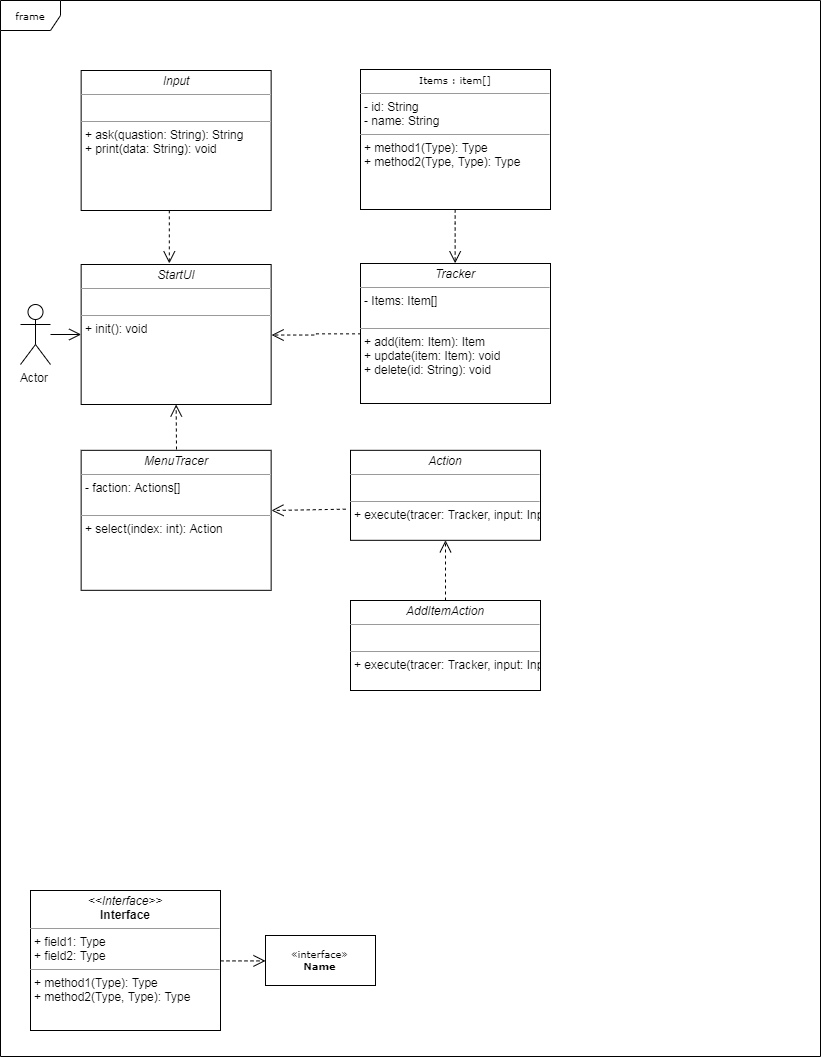
Above: images/Test1/Test1.PNG in maximazarkov/Tests (draw.io), before the change. Source tidied: cells renumbered, new cells last; positions are measured from the earlier drawing's top-left corner, leaving out a move shared by most shapes.
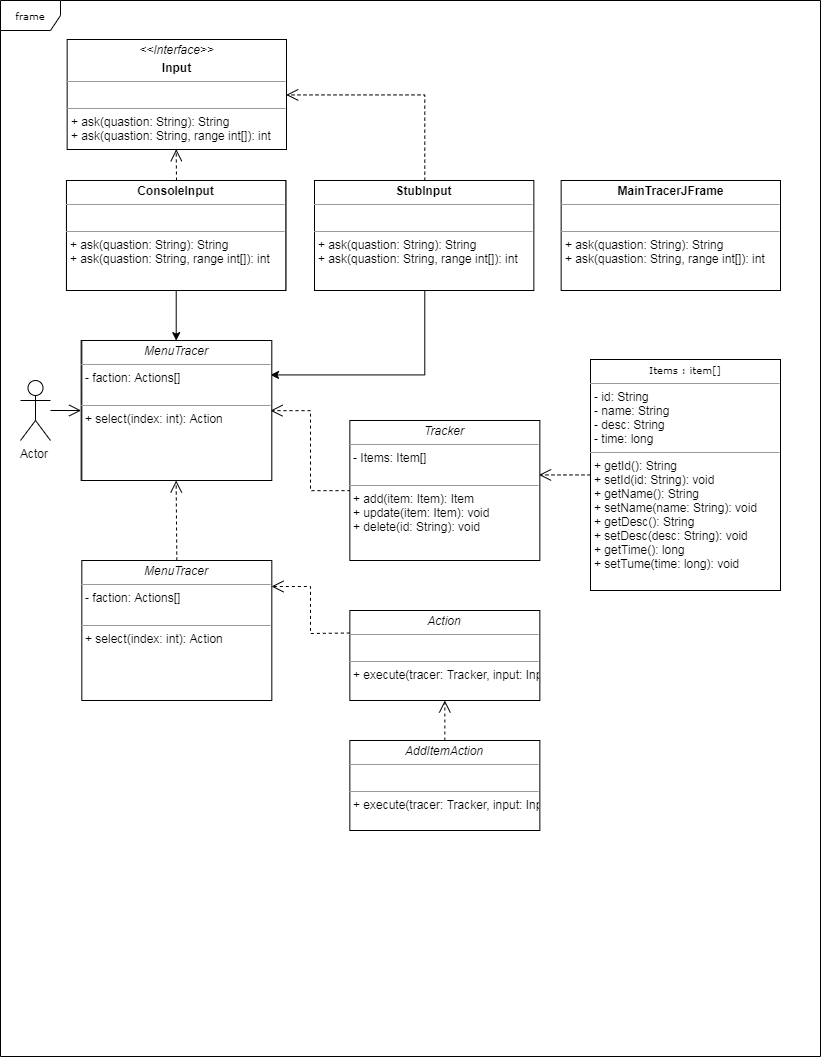
The same file after the commit.

The edit, as a diff of the source:
```diff
@@ -5,71 +5,86 @@
     <mxCell id="2" value="frame" style="shape=umlFrame;whiteSpace=wrap;html=1;rounded=0;shadow=0;comic=0;labelBackgroundColor=none;strokeWidth=1;fontFamily=Verdana;fontSize=10;align=center;" parent="1" vertex="1">
       <mxGeometry width="820" height="1056" as="geometry" />
     </mxCell>
+    <mxCell id="21" style="edgeStyle=orthogonalEdgeStyle;rounded=0;jettySize=auto;html=1;entryX=1;entryY=0.25;entryDx=0;entryDy=0;exitX=0.5;exitY=1;exitDx=0;exitDy=0;" parent="1" edge="1" source="25" target="3">
+      <mxGeometry relative="1" as="geometry" />
+    </mxCell>
     <mxCell id="3" value="&lt;p style=&quot;margin: 0px ; margin-top: 4px ; text-align: center&quot;&gt;&lt;i&gt;StartUI&lt;/i&gt;&lt;/p&gt;&lt;hr size=&quot;1&quot;&gt;&lt;p style=&quot;margin: 0px ; margin-left: 4px&quot;&gt;&lt;br&gt;&lt;/p&gt;&lt;hr size=&quot;1&quot;&gt;&lt;p style=&quot;margin: 0px ; margin-left: 4px&quot;&gt;+ init(): void&lt;br&gt;&lt;br&gt;&lt;/p&gt;" style="verticalAlign=top;align=left;overflow=fill;fontSize=12;fontFamily=Helvetica;html=1;rounded=0;shadow=0;comic=0;labelBackgroundColor=none;strokeWidth=1;" parent="1" vertex="1">
-      <mxGeometry x="80.7" y="264" width="190" height="140" as="geometry" />
+      <mxGeometry x="80.7" y="340" width="190" height="140" as="geometry" />
     </mxCell>
     <mxCell id="4" value="&lt;p style=&quot;margin: 0px ; margin-top: 4px ; text-align: center&quot;&gt;&lt;i&gt;Action&lt;/i&gt;&lt;/p&gt;&lt;hr size=&quot;1&quot;&gt;&lt;p style=&quot;margin: 0px ; margin-left: 4px&quot;&gt;&lt;br&gt;&lt;/p&gt;&lt;hr size=&quot;1&quot;&gt;&lt;p style=&quot;margin: 0px ; margin-left: 4px&quot;&gt;+ execute(tracer: Tracker, input: Input): void&lt;br&gt;&lt;br&gt;&lt;/p&gt;" style="verticalAlign=top;align=left;overflow=fill;fontSize=12;fontFamily=Helvetica;html=1;rounded=0;shadow=0;comic=0;labelBackgroundColor=none;strokeWidth=1;" parent="1" vertex="1">
-      <mxGeometry x="350" y="449.8" width="190" height="90" as="geometry" />
+      <mxGeometry x="349.4" y="610" width="190" height="90" as="geometry" />
     </mxCell>
     <mxCell id="5" value="&lt;p style=&quot;margin: 0px ; margin-top: 4px ; text-align: center&quot;&gt;&lt;i&gt;MenuTracer&lt;/i&gt;&lt;/p&gt;&lt;hr size=&quot;1&quot;&gt;&lt;p style=&quot;margin: 0px ; margin-left: 4px&quot;&gt;- faction: Actions[]&lt;br&gt;&lt;br&gt;&lt;/p&gt;&lt;hr size=&quot;1&quot;&gt;&lt;p style=&quot;margin: 0px ; margin-left: 4px&quot;&gt;+ select(index: int): Action&lt;br&gt;&lt;br&gt;&lt;/p&gt;" style="verticalAlign=top;align=left;overflow=fill;fontSize=12;fontFamily=Helvetica;html=1;rounded=0;shadow=0;comic=0;labelBackgroundColor=none;strokeWidth=1;" parent="1" vertex="1">
-      <mxGeometry x="80.6" y="449.8" width="190" height="140" as="geometry" />
+      <mxGeometry x="81.3" y="560" width="190" height="140" as="geometry" />
     </mxCell>
+    <mxCell id="22" value="&lt;p style=&quot;margin: 0px ; margin-top: 4px ; text-align: center&quot;&gt;&lt;i&gt;MenuTracer&lt;/i&gt;&lt;/p&gt;&lt;hr size=&quot;1&quot;&gt;&lt;p style=&quot;margin: 0px ; margin-left: 4px&quot;&gt;- faction: Actions[]&lt;br&gt;&lt;br&gt;&lt;/p&gt;&lt;hr size=&quot;1&quot;&gt;&lt;p style=&quot;margin: 0px ; margin-left: 4px&quot;&gt;+ select(index: int): Action&lt;br&gt;&lt;br&gt;&lt;/p&gt;" style="verticalAlign=top;align=left;overflow=fill;fontSize=12;fontFamily=Helvetica;html=1;rounded=0;shadow=0;comic=0;labelBackgroundColor=none;strokeWidth=1;" parent="1" vertex="1">
+      <mxGeometry x="81.3" y="340" width="190" height="140" as="geometry" />
+    </mxCell>
-    <mxCell id="6" style="edgeStyle=orthogonalEdgeStyle;rounded=0;html=1;dashed=1;labelBackgroundColor=none;startFill=0;endArrow=open;endFill=0;endSize=10;fontFamily=Verdana;fontSize=10;entryX=0.5;entryY=0;entryDx=0;entryDy=0;" parent="1" edge="1" source="7" target="9">
-      <mxGeometry relative="1" as="geometry">
-        <Array as="points">
-          <mxPoint x="455" y="223" />
-          <mxPoint x="455" y="223" />
-        </Array>
-      </mxGeometry>
+    <mxCell id="6" style="edgeStyle=orthogonalEdgeStyle;rounded=0;html=1;dashed=1;labelBackgroundColor=none;startFill=0;endArrow=open;endFill=0;endSize=10;fontFamily=Verdana;fontSize=10;entryX=0.996;entryY=0.389;entryDx=0;entryDy=0;entryPerimeter=0;" parent="1" edge="1" source="7" target="9">
+      <mxGeometry relative="1" as="geometry" />
     </mxCell>
-    <mxCell id="7" value="&lt;p style=&quot;margin: 0px ; margin-top: 4px ; text-align: center&quot;&gt;&lt;span style=&quot;font-family: &amp;#34;verdana&amp;#34; ; font-size: 10px&quot;&gt;Items : item[]&lt;/span&gt;&lt;br&gt;&lt;/p&gt;&lt;hr size=&quot;1&quot;&gt;&lt;p style=&quot;margin: 0px ; margin-left: 4px&quot;&gt;&lt;span style=&quot;white-space: normal&quot;&gt;- id: String&lt;/span&gt;&lt;br&gt;- name: String&lt;/p&gt;&lt;hr size=&quot;1&quot;&gt;&lt;p style=&quot;margin: 0px ; margin-left: 4px&quot;&gt;+ method1(Type): Type&lt;br&gt;+ method2(Type, Type): Type&lt;/p&gt;" style="verticalAlign=top;align=left;overflow=fill;fontSize=12;fontFamily=Helvetica;html=1;rounded=0;shadow=0;comic=0;labelBackgroundColor=none;strokeWidth=1;" parent="1" vertex="1">
-      <mxGeometry x="360" y="69" width="190" height="140" as="geometry" />
+    <mxCell id="7" value="&lt;p style=&quot;margin: 0px ; margin-top: 4px ; text-align: center&quot;&gt;&lt;span style=&quot;font-family: &amp;#34;verdana&amp;#34; ; font-size: 10px&quot;&gt;Items : item[]&lt;/span&gt;&lt;br&gt;&lt;/p&gt;&lt;hr size=&quot;1&quot;&gt;&lt;p style=&quot;margin: 0px ; margin-left: 4px&quot;&gt;&lt;span style=&quot;white-space: normal&quot;&gt;- id: String&lt;/span&gt;&lt;br&gt;- name: String&lt;/p&gt;&lt;p style=&quot;margin: 0px ; margin-left: 4px&quot;&gt;- desc: String&lt;/p&gt;&lt;p style=&quot;margin: 0px ; margin-left: 4px&quot;&gt;- time: long&lt;/p&gt;&lt;hr size=&quot;1&quot;&gt;&lt;p style=&quot;margin: 0px ; margin-left: 4px&quot;&gt;+ getId(): String&lt;br&gt;+ setId(id: String): void&lt;/p&gt;&lt;p style=&quot;margin: 0px 0px 0px 4px&quot;&gt;+ getName(): String&lt;br&gt;+ setName(name: String): void&lt;/p&gt;&lt;p style=&quot;margin: 0px 0px 0px 4px&quot;&gt;+ getDesc(): String&lt;br&gt;+ setDesc(desc: String): void&lt;/p&gt;&lt;p style=&quot;margin: 0px 0px 0px 4px&quot;&gt;+ getTime(): long&lt;br&gt;+ setTume(time: long): void&lt;/p&gt;&lt;p style=&quot;margin: 0px 0px 0px 4px&quot;&gt;&lt;br&gt;&lt;/p&gt;" style="verticalAlign=top;align=left;overflow=fill;fontSize=12;fontFamily=Helvetica;html=1;rounded=0;shadow=0;comic=0;labelBackgroundColor=none;strokeWidth=1;" parent="1" vertex="1">
+      <mxGeometry x="590" y="359" width="190" height="231" as="geometry" />
     </mxCell>
     <mxCell id="8" style="edgeStyle=orthogonalEdgeStyle;rounded=0;jettySize=auto;html=1;exitX=0;exitY=0.5;exitDx=0;exitDy=0;entryX=1;entryY=0.5;entryDx=0;entryDy=0;dashed=1;endArrow=open;endFill=0;endSize=10;" parent="1" edge="1" source="9" target="3">
       <mxGeometry relative="1" as="geometry" />
     </mxCell>
     <mxCell id="9" value="&lt;p style=&quot;margin: 0px ; margin-top: 4px ; text-align: center&quot;&gt;&lt;i&gt;Tracker&lt;/i&gt;&lt;/p&gt;&lt;hr size=&quot;1&quot;&gt;&lt;p style=&quot;margin: 0px ; margin-left: 4px&quot;&gt;- Items: Item[]&lt;br&gt;&lt;br&gt;&lt;/p&gt;&lt;hr size=&quot;1&quot;&gt;&lt;p style=&quot;margin: 0px ; margin-left: 4px&quot;&gt;+ add(item: Item): Item&lt;br&gt;+ update(item: Item): void&lt;/p&gt;&lt;p style=&quot;margin: 0px ; margin-left: 4px&quot;&gt;+ delete(id: String): void&lt;/p&gt;" style="verticalAlign=top;align=left;overflow=fill;fontSize=12;fontFamily=Helvetica;html=1;rounded=0;shadow=0;comic=0;labelBackgroundColor=none;strokeWidth=1;" parent="1" vertex="1">
-      <mxGeometry x="360" y="263" width="190" height="140" as="geometry" />
+      <mxGeometry x="349.4" y="420" width="190" height="140" as="geometry" />
     </mxCell>
-    <mxCell id="10" value="&lt;p style=&quot;margin: 0px ; margin-top: 4px ; text-align: center&quot;&gt;&lt;i&gt;Input&lt;/i&gt;&lt;/p&gt;&lt;hr size=&quot;1&quot;&gt;&lt;p style=&quot;margin: 0px ; margin-left: 4px&quot;&gt;&lt;br&gt;&lt;/p&gt;&lt;hr size=&quot;1&quot;&gt;&lt;p style=&quot;margin: 0px ; margin-left: 4px&quot;&gt;+ ask(quastion: String): String&lt;br&gt;+ print(data: String): void&lt;/p&gt;" style="verticalAlign=top;align=left;overflow=fill;fontSize=12;fontFamily=Helvetica;html=1;rounded=0;shadow=0;comic=0;labelBackgroundColor=none;strokeWidth=1;" parent="1" vertex="1">
-      <mxGeometry x="80.7" y="70" width="190" height="140" as="geometry" />
+    <mxCell id="10" value="&lt;p style=&quot;margin: 0px ; margin-top: 4px ; text-align: center&quot;&gt;&lt;i&gt;&amp;lt;&amp;lt;Interface&amp;gt;&amp;gt;&lt;/i&gt;&lt;i&gt;&lt;br&gt;&lt;/i&gt;&lt;/p&gt;&lt;p style=&quot;margin: 0px ; margin-top: 4px ; text-align: center&quot;&gt;&lt;b&gt;Input&lt;/b&gt;&lt;/p&gt;&lt;hr size=&quot;1&quot;&gt;&lt;p style=&quot;margin: 0px ; margin-left: 4px&quot;&gt;&lt;br&gt;&lt;/p&gt;&lt;hr size=&quot;1&quot;&gt;&lt;p style=&quot;margin: 0px ; margin-left: 4px&quot;&gt;+ ask(quastion: String): String&lt;/p&gt;&lt;p style=&quot;margin: 0px ; margin-left: 4px&quot;&gt;+ ask(quastion: String, range int[]): int&lt;br&gt;&lt;/p&gt;" style="verticalAlign=top;align=left;overflow=fill;fontSize=12;fontFamily=Helvetica;html=1;rounded=0;shadow=0;comic=0;labelBackgroundColor=none;strokeWidth=1;" parent="1" vertex="1">
+      <mxGeometry x="66.7" y="39" width="219.3" height="110" as="geometry" />
     </mxCell>
-    <mxCell id="11" style="endArrow=open;html=1;exitX=0.464;exitY=0.999;exitDx=0;exitDy=0;exitPerimeter=0;entryX=0.464;entryY=-0.008;entryDx=0;entryDy=0;entryPerimeter=0;dashed=1;endSize=10;endFill=0;" parent="1" edge="1" source="10" target="3">
-      <mxGeometry relative="1" as="geometry" />
-    </mxCell>
-    <mxCell id="12" style="endArrow=open;html=1;dashed=1;endSize=10;endFill=0;entryX=0.5;entryY=1;entryDx=0;entryDy=0;" parent="1" edge="1">
+    <mxCell id="12" style="endArrow=open;html=1;dashed=1;endSize=10;endFill=0;entryX=0.5;entryY=1;entryDx=0;entryDy=0;exitX=0.5;exitY=0;exitDx=0;exitDy=0;" parent="1" edge="1" source="5">
       <mxGeometry relative="1" as="geometry">
-        <mxPoint x="176" y="449" as="sourcePoint" />
-        <mxPoint x="175.6" y="404" as="targetPoint" />
+        <mxPoint x="175.6" y="480" as="targetPoint" />
       </mxGeometry>
     </mxCell>
-    <mxCell id="13" style="endArrow=open;html=1;dashed=1;endSize=10;endFill=0;exitX=-0.025;exitY=0.654;exitDx=0;exitDy=0;exitPerimeter=0;" parent="1" edge="1" source="4">
+    <mxCell id="13" style="endArrow=open;html=1;dashed=1;endSize=10;endFill=0;exitX=0;exitY=0.25;exitDx=0;exitDy=0;jumpSize=6;rounded=0;" parent="1" edge="1" source="4">
       <mxGeometry relative="1" as="geometry">
-        <mxPoint x="271" y="510" as="targetPoint" />
+        <mxPoint x="271" y="586" as="targetPoint" />
+        <Array as="points">
+          <mxPoint x="310" y="633" />
+          <mxPoint x="310" y="586" />
+        </Array>
       </mxGeometry>
     </mxCell>
-    <mxCell id="14" style="edgeStyle=orthogonalEdgeStyle;rounded=0;html=1;dashed=1;labelBackgroundColor=none;startFill=0;endArrow=open;endFill=0;endSize=10;fontFamily=Verdana;fontSize=10;" parent="1" edge="1" source="15" target="16">
-      <mxGeometry relative="1" as="geometry" />
-    </mxCell>
-    <mxCell id="15" value="&lt;p style=&quot;margin:0px;margin-top:4px;text-align:center;&quot;&gt;&lt;i&gt;&amp;lt;&amp;lt;Interface&amp;gt;&amp;gt;&lt;/i&gt;&lt;br/&gt;&lt;b&gt;Interface&lt;/b&gt;&lt;/p&gt;&lt;hr size=&quot;1&quot;/&gt;&lt;p style=&quot;margin:0px;margin-left:4px;&quot;&gt;+ field1: Type&lt;br/&gt;+ field2: Type&lt;/p&gt;&lt;hr size=&quot;1&quot;/&gt;&lt;p style=&quot;margin:0px;margin-left:4px;&quot;&gt;+ method1(Type): Type&lt;br/&gt;+ method2(Type, Type): Type&lt;/p&gt;" style="verticalAlign=top;align=left;overflow=fill;fontSize=12;fontFamily=Helvetica;html=1;rounded=0;shadow=0;comic=0;labelBackgroundColor=none;strokeWidth=1;" parent="1" vertex="1">
-      <mxGeometry x="30" y="890" width="190" height="140" as="geometry" />
-    </mxCell>
-    <mxCell id="16" value="&amp;laquo;interface&amp;raquo;&lt;br&gt;&lt;b&gt;Name&lt;/b&gt;" style="html=1;rounded=0;shadow=0;comic=0;labelBackgroundColor=none;strokeWidth=1;fontFamily=Verdana;fontSize=10;align=center;" parent="1" vertex="1">
-      <mxGeometry x="265" y="935" width="110" height="50" as="geometry" />
-    </mxCell>
     <mxCell id="17" value="&lt;p style=&quot;margin: 0px ; margin-top: 4px ; text-align: center&quot;&gt;&lt;i&gt;AddItemAction&lt;/i&gt;&lt;/p&gt;&lt;hr size=&quot;1&quot;&gt;&lt;p style=&quot;margin: 0px ; margin-left: 4px&quot;&gt;&lt;br&gt;&lt;/p&gt;&lt;hr size=&quot;1&quot;&gt;&lt;p style=&quot;margin: 0px ; margin-left: 4px&quot;&gt;+ execute(tracer: Tracker, input: Input): void&lt;br&gt;&lt;br&gt;&lt;/p&gt;" style="verticalAlign=top;align=left;overflow=fill;fontSize=12;fontFamily=Helvetica;html=1;rounded=0;shadow=0;comic=0;labelBackgroundColor=none;strokeWidth=1;" parent="1" vertex="1">
-      <mxGeometry x="350" y="600" width="190" height="90" as="geometry" />
+      <mxGeometry x="349.4" y="740" width="190" height="90" as="geometry" />
     </mxCell>
     <mxCell id="18" style="endArrow=open;html=1;dashed=1;endSize=10;endFill=0;exitX=0.5;exitY=0;exitDx=0;exitDy=0;entryX=0.5;entryY=1;entryDx=0;entryDy=0;" parent="1" edge="1" source="17" target="4">
       <mxGeometry relative="1" as="geometry" />
     </mxCell>
     <mxCell id="19" style="endArrow=open;html=1;entryX=0;entryY=0.5;entryDx=0;entryDy=0;endSize=10;endFill=0;rounded=1;" parent="1" edge="1" target="3">
       <mxGeometry relative="1" as="geometry">
-        <mxPoint x="50" y="334" as="sourcePoint" />
+        <mxPoint x="50" y="410" as="sourcePoint" />
       </mxGeometry>
     </mxCell>
     <mxCell id="20" value="Actor" style="shape=umlActor;verticalLabelPosition=bottom;labelBackgroundColor=#ffffff;verticalAlign=top;html=1;" parent="1" vertex="1">
-      <mxGeometry x="20" y="304" width="30" height="60" as="geometry" />
+      <mxGeometry x="20" y="380" width="30" height="60" as="geometry" />
     </mxCell>
+    <mxCell id="23" value="&lt;p style=&quot;margin: 0px ; margin-top: 4px ; text-align: center&quot;&gt;&lt;i&gt;&amp;lt;&amp;lt;Interface&amp;gt;&amp;gt;&lt;/i&gt;&lt;i&gt;&lt;br&gt;&lt;/i&gt;&lt;/p&gt;&lt;p style=&quot;margin: 0px ; margin-top: 4px ; text-align: center&quot;&gt;&lt;b&gt;Input&lt;/b&gt;&lt;/p&gt;&lt;hr size=&quot;1&quot;&gt;&lt;p style=&quot;margin: 0px ; margin-left: 4px&quot;&gt;&lt;br&gt;&lt;/p&gt;&lt;hr size=&quot;1&quot;&gt;&lt;p style=&quot;margin: 0px ; margin-left: 4px&quot;&gt;+ ask(quastion: String): String&lt;/p&gt;&lt;p style=&quot;margin: 0px ; margin-left: 4px&quot;&gt;+ ask(quastion: String, range int[]): int&lt;br&gt;&lt;/p&gt;" style="verticalAlign=top;align=left;overflow=fill;fontSize=12;fontFamily=Helvetica;html=1;rounded=0;shadow=0;comic=0;labelBackgroundColor=none;strokeWidth=1;" parent="1" vertex="1">
+      <mxGeometry x="66" y="180" width="219.3" height="110" as="geometry" />
+    </mxCell>
+    <mxCell id="24" value="&lt;p style=&quot;margin: 0px ; margin-top: 4px ; text-align: center&quot;&gt;&lt;b&gt;ConsoleInput&lt;/b&gt;&lt;br&gt;&lt;/p&gt;&lt;hr size=&quot;1&quot;&gt;&lt;p style=&quot;margin: 0px ; margin-left: 4px&quot;&gt;&lt;br&gt;&lt;/p&gt;&lt;hr size=&quot;1&quot;&gt;&lt;p style=&quot;margin: 0px ; margin-left: 4px&quot;&gt;+ ask(quastion: String): String&lt;/p&gt;&lt;p style=&quot;margin: 0px ; margin-left: 4px&quot;&gt;+ ask(quastion: String, range int[]): int&lt;br&gt;&lt;/p&gt;" style="verticalAlign=top;align=left;overflow=fill;fontSize=12;fontFamily=Helvetica;html=1;rounded=0;shadow=0;comic=0;labelBackgroundColor=none;strokeWidth=1;" parent="1" vertex="1">
+      <mxGeometry x="66" y="180" width="219.3" height="110" as="geometry" />
+    </mxCell>
+    <mxCell id="25" value="&lt;p style=&quot;margin: 0px ; margin-top: 4px ; text-align: center&quot;&gt;&lt;b&gt;StubInput&lt;/b&gt;&lt;br&gt;&lt;/p&gt;&lt;hr size=&quot;1&quot;&gt;&lt;p style=&quot;margin: 0px ; margin-left: 4px&quot;&gt;&lt;br&gt;&lt;/p&gt;&lt;hr size=&quot;1&quot;&gt;&lt;p style=&quot;margin: 0px ; margin-left: 4px&quot;&gt;+ ask(quastion: String): String&lt;/p&gt;&lt;p style=&quot;margin: 0px ; margin-left: 4px&quot;&gt;+ ask(quastion: String, range int[]): int&lt;br&gt;&lt;/p&gt;" style="verticalAlign=top;align=left;overflow=fill;fontSize=12;fontFamily=Helvetica;html=1;rounded=0;shadow=0;comic=0;labelBackgroundColor=none;strokeWidth=1;" parent="1" vertex="1">
+      <mxGeometry x="314" y="180" width="219.3" height="110" as="geometry" />
+    </mxCell>
+    <mxCell id="26" style="edgeStyle=orthogonalEdgeStyle;rounded=0;jettySize=auto;html=1;entryX=0.5;entryY=1;entryDx=0;entryDy=0;dashed=1;endArrow=open;endFill=0;endSize=10;" parent="1" edge="1" target="10">
+      <mxGeometry relative="1" as="geometry">
+        <mxPoint x="176" y="180" as="sourcePoint" />
+      </mxGeometry>
+    </mxCell>
+    <mxCell id="27" style="edgeStyle=orthogonalEdgeStyle;rounded=0;jettySize=auto;html=1;entryX=1;entryY=0.5;entryDx=0;entryDy=0;dashed=1;endArrow=open;endFill=0;endSize=10;exitX=0.5;exitY=0;exitDx=0;exitDy=0;" parent="1" edge="1" source="25" target="10">
+      <mxGeometry relative="1" as="geometry" />
+    </mxCell>
+    <mxCell id="28" style="edgeStyle=orthogonalEdgeStyle;rounded=0;jettySize=auto;html=1;entryX=0.5;entryY=0;entryDx=0;entryDy=0;exitX=0.5;exitY=1;exitDx=0;exitDy=0;" parent="1" edge="1" source="24" target="3">
+      <mxGeometry relative="1" as="geometry" />
+    </mxCell>
+    <mxCell id="29" value="&lt;p style=&quot;margin: 0px ; margin-top: 4px ; text-align: center&quot;&gt;&lt;b&gt;MainTracerJFrame&lt;/b&gt;&lt;/p&gt;&lt;hr size=&quot;1&quot;&gt;&lt;p style=&quot;margin: 0px ; margin-left: 4px&quot;&gt;&lt;br&gt;&lt;/p&gt;&lt;hr size=&quot;1&quot;&gt;&lt;p style=&quot;margin: 0px ; margin-left: 4px&quot;&gt;+ ask(quastion: String): String&lt;/p&gt;&lt;p style=&quot;margin: 0px ; margin-left: 4px&quot;&gt;+ ask(quastion: String, range int[]): int&lt;br&gt;&lt;/p&gt;" style="verticalAlign=top;align=left;overflow=fill;fontSize=12;fontFamily=Helvetica;html=1;rounded=0;shadow=0;comic=0;labelBackgroundColor=none;strokeWidth=1;" parent="1" vertex="1">
+      <mxGeometry x="560.6" y="180" width="219.3" height="110" as="geometry" />
+    </mxCell>
   </root>
 </mxGraphModel>
```
